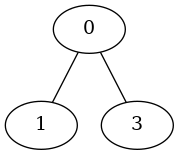
Above: a_structure/partition/img/comp_connexe.png in lochambeno/ZZ1_Labyrinthe (Graphviz), before the change. Its source is kept beside it as a_structure/partition/file/comp_connexe.dot.
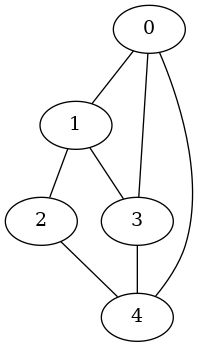
After the commit.

Diff of the diagram source:
```diff
@@ -1,7 +1,14 @@
 graph Composante_connexe {
 	0 -- 1;
 	0 -- 3;
+	0 -- 4;
+	1 -- 2;
+	1 -- 3;
+	2 -- 4;
+	3 -- 4;
+	4;
 	3;
+	2;
 	1;
 	0;
 }
```
